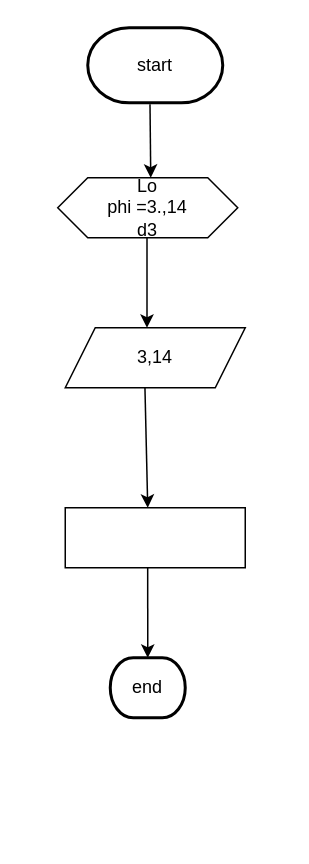
Before: Untitled Diagram.drawio in Ayusarass21/algo_a_23241013, a draw.io diagram. Source tidied: cells renumbered, new cells numbered last; positions are measured from the earlier drawing's top-left corner, leaving out a move shared by most shapes. Both pictures are drawn from the tidied source at 150%, with x=0, y=0 at pixel (57, 27).
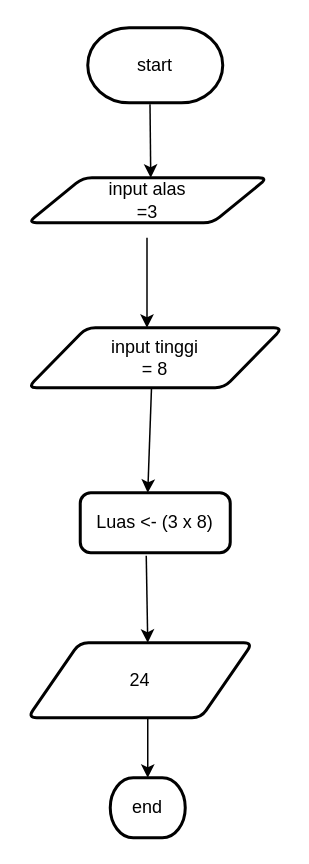
Above is the later version.

Commit message:
Tugas menghitung Luas segitiga

What changed in the source:
```diff
@@
-    <mxCell id="6" style="endArrow=classic;html=1;rounded=0;" parent="1" edge="1">
-      <mxGeometry relative="1" as="geometry">
-        <mxPoint x="57.9" y="230" as="sourcePoint" />
-        <mxPoint x="60" y="320" as="targetPoint" />
-      </mxGeometry>
-    </mxCell>
     <mxCell id="7" value="end" style="strokeWidth=2;html=1;shape=mxgraph.flowchart.terminator;whiteSpace=wrap;" parent="1" vertex="1">
-      <mxGeometry x="35" y="420" width="50" height="40" as="geometry" />
+      <mxGeometry x="35" y="500" width="50" height="40" as="geometry" />
     </mxCell>
-    <mxCell id="8" value="&lt;div&gt;Lo&lt;/div&gt;&lt;div&gt;phi =3.,14&lt;/div&gt;&lt;div&gt;d3&lt;br&gt;&lt;/div&gt;" style="shape=hexagon;perimeter=hexagonPerimeter2;whiteSpace=wrap;html=1;fixedSize=1;" parent="1" vertex="1">
-      <mxGeometry y="100" width="120" height="40" as="geometry" />
-    </mxCell>
-    <mxCell id="9" style="edgeStyle=orthogonalEdgeStyle;rounded=0;orthogonalLoop=1;jettySize=auto;html=1;exitX=0.5;exitY=1;exitDx=0;exitDy=0;" parent="1" edge="1" source="8" target="8">
-      <mxGeometry relative="1" as="geometry" />
+    <mxCell id="9" style="edgeStyle=orthogonalEdgeStyle;rounded=0;orthogonalLoop=1;jettySize=auto;html=1;exitX=0.5;exitY=1;exitDx=0;exitDy=0;" parent="1" edge="1">
+      <mxGeometry relative="1" as="geometry">
+        <mxPoint x="60" y="140" as="sourcePoint" />
+        <mxPoint x="60" y="140" as="targetPoint" />
+      </mxGeometry>
     </mxCell>
-    <mxCell id="10" value="3,14" style="shape=parallelogram;perimeter=parallelogramPerimeter;whiteSpace=wrap;html=1;fixedSize=1;" parent="1" vertex="1">
-      <mxGeometry x="5" y="200" width="120" height="40" as="geometry" />
-    </mxCell>
-    <mxCell id="11" style="rounded=0;whiteSpace=wrap;html=1;" parent="1" vertex="1">
-      <mxGeometry x="5" y="320" width="120" height="40" as="geometry" />
-    </mxCell>
-    <mxCell id="12" style="endArrow=classic;html=1;rounded=0;entryX=0.5;entryY=0;entryDx=0;entryDy=0;entryPerimeter=0;exitX=0.458;exitY=1;exitDx=0;exitDy=0;exitPerimeter=0;" parent="1" edge="1" source="11" target="7">
-      <mxGeometry relative="1" as="geometry" />
+    <mxCell id="12" style="endArrow=classic;html=1;rounded=0;exitX=0.5;exitY=1;exitDx=0;exitDy=0;" parent="1" edge="1">
+      <mxGeometry relative="1" as="geometry">
+        <mxPoint x="62.5" y="240" as="sourcePoint" />
+        <mxPoint x="60" y="310" as="targetPoint" />
+      </mxGeometry>
     </mxCell>
+    <mxCell id="13" value="&lt;div&gt;input alas&lt;/div&gt;&lt;div&gt;=3&lt;br&gt;&lt;/div&gt;" style="shape=parallelogram;html=1;strokeWidth=2;perimeter=parallelogramPerimeter;whiteSpace=wrap;rounded=1;arcSize=12;size=0.23;" parent="1" vertex="1">
+      <mxGeometry x="-20" y="100" width="160" height="30" as="geometry" />
+    </mxCell>
+    <mxCell id="14" style="endArrow=classic;html=1;rounded=0;" parent="1" edge="1" target="15">
+      <mxGeometry relative="1" as="geometry">
+        <mxPoint x="57.9" y="230" as="sourcePoint" />
+      </mxGeometry>
+    </mxCell>
+    <mxCell id="15" value="&lt;div&gt;input tinggi&lt;/div&gt;&lt;div&gt;= 8&lt;br&gt;&lt;/div&gt;" style="shape=parallelogram;html=1;strokeWidth=2;perimeter=parallelogramPerimeter;whiteSpace=wrap;rounded=1;arcSize=12;size=0.23;" parent="1" vertex="1">
+      <mxGeometry x="-20" y="200" width="170" height="40" as="geometry" />
+    </mxCell>
+    <mxCell id="16" value="Luas &amp;lt;- (3 x 8)" style="rounded=1;whiteSpace=wrap;html=1;absoluteArcSize=1;arcSize=14;strokeWidth=2;" parent="1" vertex="1">
+      <mxGeometry x="15" y="310" width="100" height="40" as="geometry" />
+    </mxCell>
+    <mxCell id="17" style="endArrow=classic;html=1;rounded=0;exitX=0.44;exitY=1.05;exitDx=0;exitDy=0;exitPerimeter=0;" parent="1" edge="1" source="16">
+      <mxGeometry relative="1" as="geometry">
+        <mxPoint x="60" y="410" as="targetPoint" />
+      </mxGeometry>
+    </mxCell>
+    <mxCell id="18" value="24" style="shape=parallelogram;html=1;strokeWidth=2;perimeter=parallelogramPerimeter;whiteSpace=wrap;rounded=1;arcSize=12;size=0.23;" parent="1" vertex="1">
+      <mxGeometry x="-20" y="410" width="150" height="50" as="geometry" />
+    </mxCell>
+    <mxCell id="19" style="endArrow=classic;html=1;rounded=0;entryX=0.5;entryY=0;entryDx=0;entryDy=0;entryPerimeter=0;" parent="1" edge="1" target="7">
+      <mxGeometry relative="1" as="geometry">
+        <mxPoint x="60" y="460" as="sourcePoint" />
+      </mxGeometry>
+    </mxCell>
```
